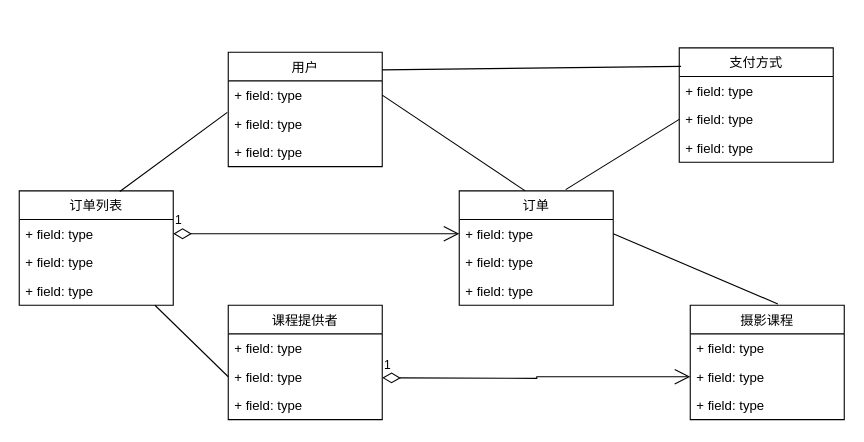
Before: 图.drawio in Silver-2333/myfile, a draw.io diagram. Source tidied: cells renumbered, new cells numbered last; positions are measured from the earlier drawing's top-left corner, leaving out a move shared by most shapes. Both pictures are drawn from the tidied source at 110%, with x=0, y=0 at pixel (19, 47).
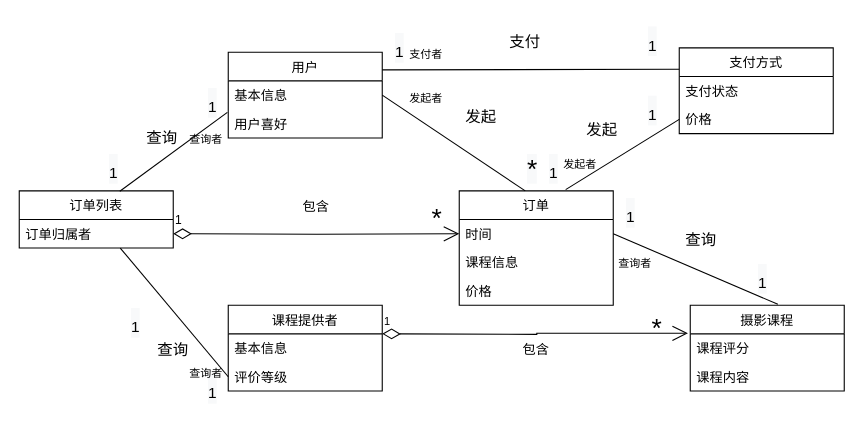
The same page after the edit.

The change refers to these unchanged cells:
```xml
<mxCell id="14" value="订单" style="swimlane;fontStyle=0;horizontal=1;startSize=26;fillColor=none;" parent="1" vertex="1">
  <mxGeometry x="400" y="130" width="140" height="104" as="geometry" />
</mxCell>
```

The edit, as a diff of the source:
```diff
@@
     <mxCell id="2" value="用户" style="swimlane;fontStyle=0;horizontal=1;startSize=26;fillColor=none;" parent="1" vertex="1">
-      <mxGeometry x="190" y="4" width="140" height="104" as="geometry" />
+      <mxGeometry x="190" y="4" width="140" height="78" as="geometry" />
     </mxCell>
-    <mxCell id="3" value="+ field: type" style="text;strokeColor=none;fillColor=none;align=left;verticalAlign=top;spacingLeft=4;spacingRight=4;overflow=hidden;points=[[0,0.5],[1,0.5]];portConstraint=eastwest;" parent="2" vertex="1">
+    <mxCell id="3" value="基本信息" style="text;strokeColor=none;fillColor=none;align=left;verticalAlign=top;spacingLeft=4;spacingRight=4;overflow=hidden;points=[[0,0.5],[1,0.5]];portConstraint=eastwest;" parent="2" vertex="1">
       <mxGeometry y="26" width="140" height="26" as="geometry" />
     </mxCell>
-    <mxCell id="4" value="+ field: type" style="text;strokeColor=none;fillColor=none;align=left;verticalAlign=top;spacingLeft=4;spacingRight=4;overflow=hidden;points=[[0,0.5],[1,0.5]];portConstraint=eastwest;" parent="2" vertex="1">
-      <mxGeometry y="52" width="140" height="26" as="geometry" />
-    </mxCell>
-    <mxCell id="5" value="+ field: type" style="text;strokeColor=none;fillColor=none;align=left;verticalAlign=top;spacingLeft=4;spacingRight=4;overflow=hidden;" parent="2" vertex="1">
-      <mxGeometry y="78" width="140" height="26" as="geometry" />
+    <mxCell id="5" value="用户喜好" style="text;strokeColor=none;fillColor=none;align=left;verticalAlign=top;spacingLeft=4;spacingRight=4;overflow=hidden;" parent="2" vertex="1">
+      <mxGeometry y="52" width="140" height="26" as="geometry" />
     </mxCell>
     <mxCell id="6" value="课程提供者" style="swimlane;fontStyle=0;horizontal=1;startSize=26;fillColor=none;" parent="1" vertex="1">
-      <mxGeometry x="190" y="234" width="140" height="104" as="geometry" />
+      <mxGeometry x="190" y="234" width="140" height="78" as="geometry" />
     </mxCell>
-    <mxCell id="7" value="+ field: type" style="text;strokeColor=none;fillColor=none;align=left;verticalAlign=top;spacingLeft=4;spacingRight=4;overflow=hidden;" parent="6" vertex="1">
+    <mxCell id="7" value="基本信息" style="text;strokeColor=none;fillColor=none;align=left;verticalAlign=top;spacingLeft=4;spacingRight=4;overflow=hidden;" parent="6" vertex="1">
       <mxGeometry y="26" width="140" height="26" as="geometry" />
     </mxCell>
-    <mxCell id="8" value="+ field: type" style="text;strokeColor=none;fillColor=none;align=left;verticalAlign=top;spacingLeft=4;spacingRight=4;overflow=hidden;points=[[0,0.5],[1,0.5]];portConstraint=eastwest;" parent="6" vertex="1">
+    <mxCell id="8" value="评价等级" style="text;strokeColor=none;fillColor=none;align=left;verticalAlign=top;spacingLeft=4;spacingRight=4;overflow=hidden;points=[[0,0.5],[1,0.5]];portConstraint=eastwest;" parent="6" vertex="1">
       <mxGeometry y="52" width="140" height="26" as="geometry" />
     </mxCell>
-    <mxCell id="9" value="+ field: type" style="text;strokeColor=none;fillColor=none;align=left;verticalAlign=top;spacingLeft=4;spacingRight=4;overflow=hidden;" parent="6" vertex="1">
-      <mxGeometry y="78" width="140" height="26" as="geometry" />
-    </mxCell>
     <mxCell id="10" value="摄影课程" style="swimlane;fontStyle=0;horizontal=1;startSize=26;fillColor=none;" parent="1" vertex="1">
-      <mxGeometry x="610" y="234" width="140" height="104" as="geometry" />
+      <mxGeometry x="610" y="234" width="140" height="78" as="geometry" />
     </mxCell>
-    <mxCell id="11" value="+ field: type" style="text;strokeColor=none;fillColor=none;align=left;verticalAlign=top;spacingLeft=4;spacingRight=4;overflow=hidden;" parent="10" vertex="1">
-      <mxGeometry y="26" width="140" height="26" as="geometry" />
-    </mxCell>
-    <mxCell id="12" value="+ field: type" style="text;strokeColor=none;fillColor=none;align=left;verticalAlign=top;spacingLeft=4;spacingRight=4;overflow=hidden;points=[[0,0.5],[1,0.5]];portConstraint=eastwest;" parent="10" vertex="1">
-      <mxGeometry y="52" width="140" height="26" as="geometry" />
+    <mxCell id="12" value="课程评分" style="text;strokeColor=none;fillColor=none;align=left;verticalAlign=top;spacingLeft=4;spacingRight=4;overflow=hidden;points=[[0,0.5],[1,0.5]];portConstraint=eastwest;" parent="10" vertex="1">
+      <mxGeometry y="26" width="140" height="26" as="geometry" />
     </mxCell>
-    <mxCell id="13" value="+ field: type" style="text;strokeColor=none;fillColor=none;align=left;verticalAlign=top;spacingLeft=4;spacingRight=4;overflow=hidden;" parent="10" vertex="1">
-      <mxGeometry y="78" width="140" height="26" as="geometry" />
+    <mxCell id="13" value="课程内容" style="text;strokeColor=none;fillColor=none;align=left;verticalAlign=top;spacingLeft=4;spacingRight=4;overflow=hidden;" parent="10" vertex="1">
+      <mxGeometry y="52" width="140" height="26" as="geometry" />
     </mxCell>
@@
-    <mxCell id="15" value="+ field: type" style="text;strokeColor=none;fillColor=none;align=left;verticalAlign=top;spacingLeft=4;spacingRight=4;overflow=hidden;points=[[0,0.5],[1,0.5]];portConstraint=eastwest;" parent="14" vertex="1">
+    <mxCell id="15" value="时间" style="text;strokeColor=none;fillColor=none;align=left;verticalAlign=top;spacingLeft=4;spacingRight=4;overflow=hidden;points=[[0,0.5],[1,0.5]];portConstraint=eastwest;" parent="14" vertex="1">
       <mxGeometry y="26" width="140" height="26" as="geometry" />
     </mxCell>
-    <mxCell id="16" value="+ field: type" style="text;strokeColor=none;fillColor=none;align=left;verticalAlign=top;spacingLeft=4;spacingRight=4;overflow=hidden;" parent="14" vertex="1">
+    <mxCell id="16" value="课程信息" style="text;strokeColor=none;fillColor=none;align=left;verticalAlign=top;spacingLeft=4;spacingRight=4;overflow=hidden;" parent="14" vertex="1">
       <mxGeometry y="52" width="140" height="26" as="geometry" />
     </mxCell>
-    <mxCell id="17" value="+ field: type" style="text;strokeColor=none;fillColor=none;align=left;verticalAlign=top;spacingLeft=4;spacingRight=4;overflow=hidden;" parent="14" vertex="1">
+    <mxCell id="17" value="价格&#10;" style="text;strokeColor=none;fillColor=none;align=left;verticalAlign=top;spacingLeft=4;spacingRight=4;overflow=hidden;" parent="14" vertex="1">
       <mxGeometry y="78" width="140" height="26" as="geometry" />
     </mxCell>
     <mxCell id="18" value="支付方式" style="swimlane;fontStyle=0;horizontal=1;startSize=26;fillColor=none;" parent="1" vertex="1">
-      <mxGeometry x="600" width="140" height="104" as="geometry" />
+      <mxGeometry x="600" width="140" height="78" as="geometry" />
     </mxCell>
-    <mxCell id="19" value="+ field: type" style="text;strokeColor=none;fillColor=none;align=left;verticalAlign=top;spacingLeft=4;spacingRight=4;overflow=hidden;" parent="18" vertex="1">
+    <mxCell id="19" value="支付状态" style="text;strokeColor=none;fillColor=none;align=left;verticalAlign=top;spacingLeft=4;spacingRight=4;overflow=hidden;" parent="18" vertex="1">
       <mxGeometry y="26" width="140" height="26" as="geometry" />
     </mxCell>
-    <mxCell id="20" value="+ field: type" style="text;strokeColor=none;fillColor=none;align=left;verticalAlign=top;spacingLeft=4;spacingRight=4;overflow=hidden;points=[[0,0.5],[1,0.5]];portConstraint=eastwest;" parent="18" vertex="1">
+    <mxCell id="20" value="价格" style="text;strokeColor=none;fillColor=none;align=left;verticalAlign=top;spacingLeft=4;spacingRight=4;overflow=hidden;points=[[0,0.5],[1,0.5]];portConstraint=eastwest;" parent="18" vertex="1">
       <mxGeometry y="52" width="140" height="26" as="geometry" />
     </mxCell>
-    <mxCell id="21" value="+ field: type" style="text;strokeColor=none;fillColor=none;align=left;verticalAlign=top;spacingLeft=4;spacingRight=4;overflow=hidden;" parent="18" vertex="1">
-      <mxGeometry y="78" width="140" height="26" as="geometry" />
-    </mxCell>
     <mxCell id="22" value="订单列表" style="swimlane;fontStyle=0;horizontal=1;startSize=26;fillColor=none;" parent="1" vertex="1">
-      <mxGeometry y="130" width="140" height="104" as="geometry" />
+      <mxGeometry y="130" width="140" height="52" as="geometry" />
     </mxCell>
-    <mxCell id="23" value="+ field: type" style="text;strokeColor=none;fillColor=none;align=left;verticalAlign=top;spacingLeft=4;spacingRight=4;overflow=hidden;points=[[0,0.5],[1,0.5]];portConstraint=eastwest;" parent="22" vertex="1">
-      <mxGeometry y="26" width="140" height="26" as="geometry" />
-    </mxCell>
-    <mxCell id="24" value="+ field: type" style="text;strokeColor=none;fillColor=none;align=left;verticalAlign=top;spacingLeft=4;spacingRight=4;overflow=hidden;" parent="22" vertex="1">
-      <mxGeometry y="52" width="140" height="26" as="geometry" />
+    <mxCell id="24" value="订单归属者" style="text;strokeColor=none;fillColor=none;align=left;verticalAlign=top;spacingLeft=4;spacingRight=4;overflow=hidden;" parent="22" vertex="1">
+      <mxGeometry y="26" width="140" height="26" as="geometry" />
     </mxCell>
-    <mxCell id="25" value="+ field: type" style="text;strokeColor=none;fillColor=none;align=left;verticalAlign=top;spacingLeft=4;spacingRight=4;overflow=hidden;" parent="22" vertex="1">
-      <mxGeometry y="78" width="140" height="26" as="geometry" />
-    </mxCell>
-    <mxCell id="26" value="1" style="endArrow=open;html=1;endSize=12;startArrow=diamondThin;startSize=14;startFill=0;edgeStyle=orthogonalEdgeStyle;align=left;verticalAlign=bottom;rounded=0;exitX=1;exitY=0.5;exitDx=0;exitDy=0;entryX=0;entryY=0.5;entryDx=0;entryDy=0;" parent="1" edge="1" source="23" target="15">
-      <mxGeometry x="-1" y="3" relative="1" as="geometry" />
+    <mxCell id="26" value="1" style="endArrow=open;html=1;endSize=12;startArrow=diamondThin;startSize=14;startFill=0;edgeStyle=orthogonalEdgeStyle;align=left;verticalAlign=bottom;rounded=0;exitX=1;exitY=0.5;exitDx=0;exitDy=0;entryX=0;entryY=0.5;entryDx=0;entryDy=0;" parent="1" edge="1" target="15">
+      <mxGeometry x="-1" y="3" relative="1" as="geometry">
+        <mxPoint x="140" y="169" as="sourcePoint" />
+      </mxGeometry>
     </mxCell>
@@
-    <mxCell id="29" style="endArrow=none;html=1;rounded=0;entryX=0.012;entryY=0.162;entryDx=0;entryDy=0;entryPerimeter=0;" parent="1" edge="1" target="18">
+    <mxCell id="29" style="endArrow=none;html=1;rounded=0;entryX=0;entryY=0.25;entryDx=0;entryDy=0;" parent="1" edge="1" target="18">
       <mxGeometry relative="1" as="geometry">
         <mxPoint x="330" y="20" as="sourcePoint" />
       </mxGeometry>
     </mxCell>
@@
-    <mxCell id="31" value="1" style="endArrow=open;html=1;endSize=12;startArrow=diamondThin;startSize=14;startFill=0;edgeStyle=orthogonalEdgeStyle;align=left;verticalAlign=bottom;rounded=0;entryX=0;entryY=0.5;entryDx=0;entryDy=0;" parent="1" edge="1" target="12">
-      <mxGeometry x="-1" y="3" relative="1" as="geometry">
-        <mxPoint x="330" y="300" as="sourcePoint" />
-      </mxGeometry>
-    </mxCell>
-    <mxCell id="32" style="endArrow=none;html=1;rounded=0;entryX=-0.006;entryY=0.103;entryDx=0;entryDy=0;entryPerimeter=0;exitX=0.653;exitY=0.006;exitDx=0;exitDy=0;exitPerimeter=0;" parent="1" edge="1" source="22" target="4">
-      <mxGeometry relative="1" as="geometry" />
+    <mxCell id="32" style="endArrow=none;html=1;rounded=0;entryX=-0.006;entryY=0.103;entryDx=0;entryDy=0;entryPerimeter=0;exitX=0.653;exitY=0.006;exitDx=0;exitDy=0;exitPerimeter=0;" parent="1" edge="1" source="22">
+      <mxGeometry relative="1" as="geometry">
+        <mxPoint x="189.2" y="58.7" as="targetPoint" />
+      </mxGeometry>
     </mxCell>
@@
+    <mxCell id="34" value="包含" style="text;html=1;strokeColor=none;fillColor=none;align=center;verticalAlign=middle;whiteSpace=wrap;rounded=0;" parent="1" vertex="1">
+      <mxGeometry x="240" y="130" width="60" height="30" as="geometry" />
+    </mxCell>
+    <mxCell id="35" value="&lt;font style=&quot;font-size: 24px&quot;&gt;*&lt;/font&gt;" style="text;html=1;strokeColor=none;fillColor=none;align=center;verticalAlign=middle;whiteSpace=wrap;rounded=0;" parent="1" vertex="1">
+      <mxGeometry x="350" y="140" width="60" height="30" as="geometry" />
+    </mxCell>
+    <mxCell id="36" value="&lt;span style=&quot;color: rgb(0, 0, 0); font-family: helvetica; font-size: 24px; font-style: normal; font-weight: 400; letter-spacing: normal; text-align: center; text-indent: 0px; text-transform: none; word-spacing: 0px; background-color: rgb(248, 249, 250); display: inline; float: none;&quot;&gt;*&lt;/span&gt;" style="text;whiteSpace=wrap;html=1;fontSize=24;" parent="1" vertex="1">
+      <mxGeometry x="460" y="90" width="20" height="30" as="geometry" />
+    </mxCell>
+    <mxCell id="37" value="&lt;span style=&quot;color: rgb(0 , 0 , 0) ; font-family: &amp;#34;helvetica&amp;#34; ; font-style: normal ; font-weight: 400 ; letter-spacing: normal ; text-align: center ; text-indent: 0px ; text-transform: none ; word-spacing: 0px ; background-color: rgb(248 , 249 , 250) ; display: inline ; float: none&quot;&gt;&lt;font style=&quot;font-size: 14px&quot;&gt;1&lt;/font&gt;&lt;/span&gt;" style="text;whiteSpace=wrap;html=1;fontSize=24;" parent="1" vertex="1">
+      <mxGeometry x="170" y="30" width="20" height="30" as="geometry" />
+    </mxCell>
+    <mxCell id="38" value="发起" style="text;html=1;strokeColor=none;fillColor=none;align=center;verticalAlign=middle;whiteSpace=wrap;rounded=0;fontSize=14;" parent="1" vertex="1">
+      <mxGeometry x="390" y="48" width="60" height="30" as="geometry" />
+    </mxCell>
+    <mxCell id="39" value="&lt;span style=&quot;color: rgb(0 , 0 , 0) ; font-family: &amp;#34;helvetica&amp;#34; ; font-style: normal ; font-weight: 400 ; letter-spacing: normal ; text-align: center ; text-indent: 0px ; text-transform: none ; word-spacing: 0px ; background-color: rgb(248 , 249 , 250) ; display: inline ; float: none&quot;&gt;&lt;font style=&quot;font-size: 14px&quot;&gt;1&lt;/font&gt;&lt;/span&gt;" style="text;whiteSpace=wrap;html=1;fontSize=24;" parent="1" vertex="1">
+      <mxGeometry x="550" y="130" width="20" height="30" as="geometry" />
+    </mxCell>
+    <mxCell id="40" value="&lt;span style=&quot;color: rgb(0 , 0 , 0) ; font-family: &amp;#34;helvetica&amp;#34; ; font-style: normal ; font-weight: 400 ; letter-spacing: normal ; text-align: center ; text-indent: 0px ; text-transform: none ; word-spacing: 0px ; background-color: rgb(248 , 249 , 250) ; display: inline ; float: none&quot;&gt;&lt;font style=&quot;font-size: 14px&quot;&gt;1&lt;/font&gt;&lt;/span&gt;" style="text;whiteSpace=wrap;html=1;fontSize=24;" parent="1" vertex="1">
+      <mxGeometry x="670" y="190" width="20" height="30" as="geometry" />
+    </mxCell>
+    <mxCell id="41" value="查询" style="text;html=1;strokeColor=none;fillColor=none;align=center;verticalAlign=middle;whiteSpace=wrap;rounded=0;fontSize=14;" parent="1" vertex="1">
+      <mxGeometry x="590" y="160" width="60" height="30" as="geometry" />
+    </mxCell>
+    <mxCell id="42" value="&lt;span style=&quot;color: rgb(0 , 0 , 0) ; font-family: &amp;#34;helvetica&amp;#34; ; font-style: normal ; font-weight: 400 ; letter-spacing: normal ; text-align: center ; text-indent: 0px ; text-transform: none ; word-spacing: 0px ; background-color: rgb(248 , 249 , 250) ; display: inline ; float: none&quot;&gt;&lt;font style=&quot;font-size: 14px&quot;&gt;1&lt;/font&gt;&lt;/span&gt;" style="text;whiteSpace=wrap;html=1;fontSize=24;" parent="1" vertex="1">
+      <mxGeometry x="480" y="90" width="20" height="30" as="geometry" />
+    </mxCell>
+    <mxCell id="43" value="&lt;span style=&quot;color: rgb(0 , 0 , 0) ; font-family: &amp;#34;helvetica&amp;#34; ; font-style: normal ; font-weight: 400 ; letter-spacing: normal ; text-align: center ; text-indent: 0px ; text-transform: none ; word-spacing: 0px ; background-color: rgb(248 , 249 , 250) ; display: inline ; float: none&quot;&gt;&lt;font style=&quot;font-size: 14px&quot;&gt;1&lt;/font&gt;&lt;/span&gt;" style="text;whiteSpace=wrap;html=1;fontSize=24;" parent="1" vertex="1">
+      <mxGeometry x="570" y="37" width="20" height="30" as="geometry" />
+    </mxCell>
+    <mxCell id="44" value="&lt;span style=&quot;color: rgb(0 , 0 , 0) ; font-family: &amp;#34;helvetica&amp;#34; ; font-style: normal ; font-weight: 400 ; letter-spacing: normal ; text-align: center ; text-indent: 0px ; text-transform: none ; word-spacing: 0px ; background-color: rgb(248 , 249 , 250) ; display: inline ; float: none&quot;&gt;&lt;font style=&quot;font-size: 14px&quot;&gt;1&lt;/font&gt;&lt;/span&gt;" style="text;whiteSpace=wrap;html=1;fontSize=24;" parent="1" vertex="1">
+      <mxGeometry x="340" y="-20" width="20" height="30" as="geometry" />
+    </mxCell>
+    <mxCell id="45" value="&lt;span style=&quot;color: rgb(0 , 0 , 0) ; font-family: &amp;#34;helvetica&amp;#34; ; font-style: normal ; font-weight: 400 ; letter-spacing: normal ; text-align: center ; text-indent: 0px ; text-transform: none ; word-spacing: 0px ; background-color: rgb(248 , 249 , 250) ; display: inline ; float: none&quot;&gt;&lt;font style=&quot;font-size: 14px&quot;&gt;1&lt;/font&gt;&lt;/span&gt;" style="text;whiteSpace=wrap;html=1;fontSize=24;" parent="1" vertex="1">
+      <mxGeometry x="570" y="-26" width="20" height="30" as="geometry" />
+    </mxCell>
+    <mxCell id="46" value="发起" style="text;html=1;strokeColor=none;fillColor=none;align=center;verticalAlign=middle;whiteSpace=wrap;rounded=0;fontSize=14;" parent="1" vertex="1">
+      <mxGeometry x="500" y="60" width="60" height="30" as="geometry" />
+    </mxCell>
+    <mxCell id="47" value="支付" style="text;html=1;strokeColor=none;fillColor=none;align=center;verticalAlign=middle;whiteSpace=wrap;rounded=0;fontSize=14;" parent="1" vertex="1">
+      <mxGeometry x="430" y="-20" width="60" height="30" as="geometry" />
+    </mxCell>
+    <mxCell id="48" value="包含" style="text;html=1;strokeColor=none;fillColor=none;align=center;verticalAlign=middle;whiteSpace=wrap;rounded=0;" parent="1" vertex="1">
+      <mxGeometry x="440" y="260" width="60" height="30" as="geometry" />
+    </mxCell>
+    <mxCell id="49" value="&lt;font style=&quot;font-size: 24px&quot;&gt;*&lt;/font&gt;" style="text;html=1;strokeColor=none;fillColor=none;align=center;verticalAlign=middle;whiteSpace=wrap;rounded=0;" parent="1" vertex="1">
+      <mxGeometry x="570" y="249" width="20" height="11" as="geometry" />
+    </mxCell>
+    <mxCell id="50" value="&lt;span style=&quot;color: rgb(0 , 0 , 0) ; font-family: &amp;#34;helvetica&amp;#34; ; font-style: normal ; font-weight: 400 ; letter-spacing: normal ; text-align: center ; text-indent: 0px ; text-transform: none ; word-spacing: 0px ; background-color: rgb(248 , 249 , 250) ; display: inline ; float: none&quot;&gt;&lt;font style=&quot;font-size: 14px&quot;&gt;1&lt;/font&gt;&lt;/span&gt;" style="text;whiteSpace=wrap;html=1;fontSize=24;" parent="1" vertex="1">
+      <mxGeometry x="170" y="290" width="20" height="30" as="geometry" />
+    </mxCell>
+    <mxCell id="51" value="&lt;span style=&quot;color: rgb(0 , 0 , 0) ; font-family: &amp;#34;helvetica&amp;#34; ; font-style: normal ; font-weight: 400 ; letter-spacing: normal ; text-align: center ; text-indent: 0px ; text-transform: none ; word-spacing: 0px ; background-color: rgb(248 , 249 , 250) ; display: inline ; float: none&quot;&gt;&lt;font style=&quot;font-size: 14px&quot;&gt;1&lt;/font&gt;&lt;/span&gt;" style="text;whiteSpace=wrap;html=1;fontSize=24;" parent="1" vertex="1">
+      <mxGeometry x="80" y="90" width="20" height="30" as="geometry" />
+    </mxCell>
+    <mxCell id="52" value="&lt;span style=&quot;color: rgb(0 , 0 , 0) ; font-family: &amp;#34;helvetica&amp;#34; ; font-style: normal ; font-weight: 400 ; letter-spacing: normal ; text-align: center ; text-indent: 0px ; text-transform: none ; word-spacing: 0px ; background-color: rgb(248 , 249 , 250) ; display: inline ; float: none&quot;&gt;&lt;font style=&quot;font-size: 14px&quot;&gt;1&lt;/font&gt;&lt;/span&gt;" style="text;whiteSpace=wrap;html=1;fontSize=24;" parent="1" vertex="1">
+      <mxGeometry x="100" y="230" width="20" height="30" as="geometry" />
+    </mxCell>
+    <mxCell id="53" value="查询" style="text;html=1;strokeColor=none;fillColor=none;align=center;verticalAlign=middle;whiteSpace=wrap;rounded=0;fontSize=14;" parent="1" vertex="1">
+      <mxGeometry x="100" y="67" width="60" height="30" as="geometry" />
+    </mxCell>
+    <mxCell id="54" value="查询" style="text;html=1;strokeColor=none;fillColor=none;align=center;verticalAlign=middle;whiteSpace=wrap;rounded=0;fontSize=14;" parent="1" vertex="1">
+      <mxGeometry x="110" y="260" width="60" height="30" as="geometry" />
+    </mxCell>
+    <mxCell id="55" value="&lt;font style=&quot;font-size: 10px&quot;&gt;支付者&lt;/font&gt;" style="text;html=1;strokeColor=none;fillColor=none;align=center;verticalAlign=middle;whiteSpace=wrap;rounded=0;fontSize=14;" parent="1" vertex="1">
+      <mxGeometry x="340" y="-10" width="60" height="30" as="geometry" />
+    </mxCell>
+    <mxCell id="56" value="&lt;font style=&quot;font-size: 10px&quot;&gt;发起者&lt;/font&gt;" style="text;html=1;strokeColor=none;fillColor=none;align=center;verticalAlign=middle;whiteSpace=wrap;rounded=0;fontSize=14;" parent="1" vertex="1">
+      <mxGeometry x="340" y="30" width="60" height="30" as="geometry" />
+    </mxCell>
+    <mxCell id="57" value="&lt;font style=&quot;font-size: 10px&quot;&gt;发起者&lt;/font&gt;" style="text;html=1;strokeColor=none;fillColor=none;align=center;verticalAlign=middle;whiteSpace=wrap;rounded=0;fontSize=14;" parent="1" vertex="1">
+      <mxGeometry x="480" y="90" width="60" height="30" as="geometry" />
+    </mxCell>
+    <mxCell id="58" value="&lt;font style=&quot;font-size: 10px&quot;&gt;查询者&lt;/font&gt;" style="text;html=1;strokeColor=none;fillColor=none;align=center;verticalAlign=middle;whiteSpace=wrap;rounded=0;fontSize=14;" parent="1" vertex="1">
+      <mxGeometry x="530" y="180" width="60" height="30" as="geometry" />
+    </mxCell>
+    <mxCell id="59" value="&lt;font style=&quot;font-size: 10px&quot;&gt;查询者&lt;/font&gt;" style="text;html=1;strokeColor=none;fillColor=none;align=center;verticalAlign=middle;whiteSpace=wrap;rounded=0;fontSize=14;" parent="1" vertex="1">
+      <mxGeometry x="140" y="280" width="60" height="30" as="geometry" />
+    </mxCell>
+    <mxCell id="60" value="&lt;font style=&quot;font-size: 10px&quot;&gt;查询者&lt;/font&gt;" style="text;html=1;strokeColor=none;fillColor=none;align=center;verticalAlign=middle;whiteSpace=wrap;rounded=0;fontSize=14;" parent="1" vertex="1">
+      <mxGeometry x="140" y="67" width="60" height="30" as="geometry" />
+    </mxCell>
+    <mxCell id="61" value="1" style="endArrow=open;html=1;endSize=12;startArrow=diamondThin;startSize=14;startFill=0;edgeStyle=orthogonalEdgeStyle;align=left;verticalAlign=bottom;rounded=0;fontSize=10;entryX=-0.015;entryY=0.327;entryDx=0;entryDy=0;entryPerimeter=0;" parent="1" edge="1" target="10">
+      <mxGeometry x="-1" y="3" relative="1" as="geometry">
+        <mxPoint x="330" y="260" as="sourcePoint" />
+      </mxGeometry>
+    </mxCell>
```
